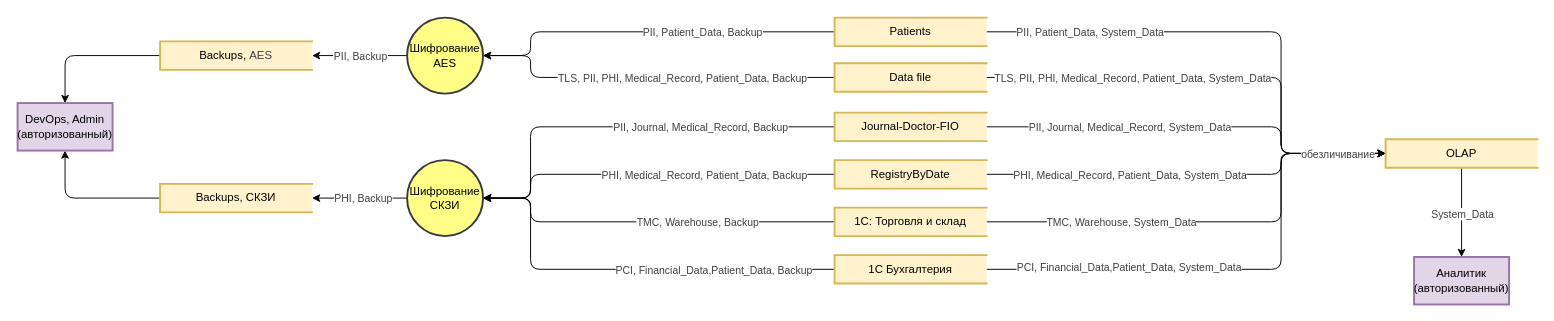
turistigor/yap-arch-task10-pbd-migration keeps this draw.io diagram as page "Tech-flow" (2 of 3) of task1/diagrams/to-be-data-flow-diagram.drawio. Above is the earlier version. Source tidied: cells renumbered, new cells numbered last; positions are measured from the earlier drawing's top-left corner, leaving out a move shared by most shapes. Both pictures are drawn from the tidied source at 95%, with x=0, y=0 at pixel (17, 17).
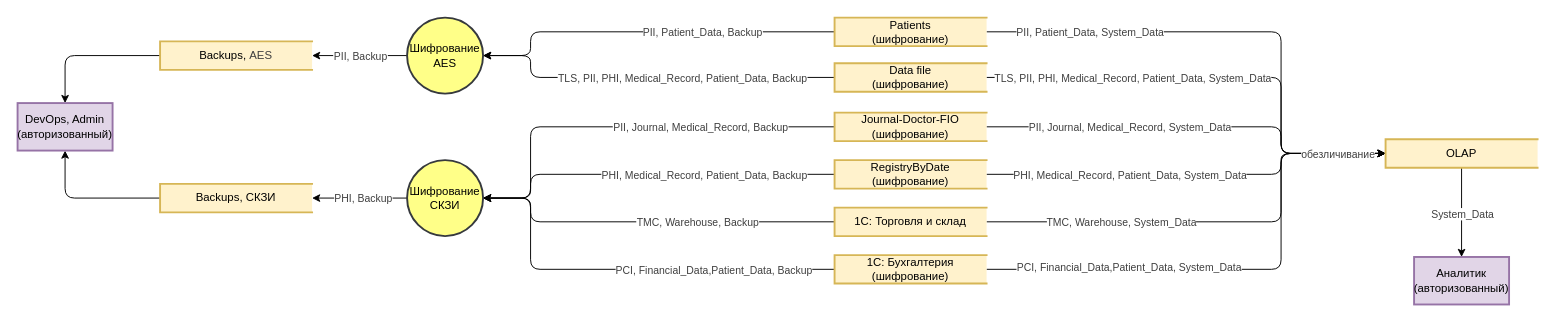
The same diagram, later.

What changed in the source:
```diff
@@
-    <mxCell id="6" value="Journal-Doctor-FIO" style="html=1;dashed=0;whiteSpace=wrap;shape=partialRectangle;right=0;strokeWidth=2;fillColor=#fff2cc;strokeColor=#d6b656;" parent="1" vertex="1">
+    <mxCell id="6" value="Journal-Doctor-FIO&lt;div&gt;&lt;span style=&quot;color: rgb(0, 0, 0);&quot;&gt;(шифрование)&lt;/span&gt;&lt;/div&gt;" style="html=1;dashed=0;whiteSpace=wrap;shape=partialRectangle;right=0;strokeWidth=2;fillColor=#fff2cc;strokeColor=#d6b656;" parent="1" vertex="1">
       <mxGeometry x="860" y="100" width="160" height="30" as="geometry" />
     </mxCell>
@@
-    <mxCell id="11" value="Patients" style="html=1;dashed=0;whiteSpace=wrap;shape=partialRectangle;right=0;strokeWidth=2;fillColor=#fff2cc;strokeColor=#d6b656;" parent="1" vertex="1">
+    <mxCell id="11" value="Patients&lt;br&gt;(шифрование)" style="html=1;dashed=0;whiteSpace=wrap;shape=partialRectangle;right=0;strokeWidth=2;fillColor=#fff2cc;strokeColor=#d6b656;" parent="1" vertex="1">
       <mxGeometry x="860" width="160" height="30" as="geometry" />
     </mxCell>
@@
-    <mxCell id="16" value="&lt;span style=&quot;color: rgb(0, 0, 0); text-align: left;&quot;&gt;Data file&lt;/span&gt;" style="html=1;dashed=0;whiteSpace=wrap;shape=partialRectangle;right=0;strokeWidth=2;fillColor=#fff2cc;strokeColor=#d6b656;" parent="1" vertex="1">
+    <mxCell id="16" value="&lt;span style=&quot;color: rgb(0, 0, 0); text-align: left;&quot;&gt;Data file&lt;/span&gt;&lt;div&gt;&lt;span style=&quot;color: rgb(0, 0, 0); text-align: left;&quot;&gt;&lt;span style=&quot;color: rgb(0, 0, 0); text-align: center;&quot;&gt;(шифрование)&lt;/span&gt;&lt;/span&gt;&lt;/div&gt;" style="html=1;dashed=0;whiteSpace=wrap;shape=partialRectangle;right=0;strokeWidth=2;fillColor=#fff2cc;strokeColor=#d6b656;" parent="1" vertex="1">
       <mxGeometry x="860" y="48" width="160" height="30" as="geometry" />
     </mxCell>
@@
-    <mxCell id="21" value="&lt;span style=&quot;color: rgb(0, 0, 0); text-align: left;&quot;&gt;RegistryByDate&lt;/span&gt;" style="html=1;dashed=0;whiteSpace=wrap;shape=partialRectangle;right=0;strokeWidth=2;fillColor=#fff2cc;strokeColor=#d6b656;" parent="1" vertex="1">
+    <mxCell id="21" value="&lt;span style=&quot;color: rgb(0, 0, 0); text-align: left;&quot;&gt;RegistryByDate&lt;/span&gt;&lt;div&gt;&lt;span style=&quot;color: rgb(0, 0, 0); text-align: left;&quot;&gt;&lt;span style=&quot;color: rgb(0, 0, 0); text-align: center;&quot;&gt;(шифрование)&lt;/span&gt;&lt;/span&gt;&lt;/div&gt;" style="html=1;dashed=0;whiteSpace=wrap;shape=partialRectangle;right=0;strokeWidth=2;fillColor=#fff2cc;strokeColor=#d6b656;" parent="1" vertex="1">
       <mxGeometry x="860" y="150" width="160" height="30" as="geometry" />
     </mxCell>
@@
-    <mxCell id="32" value="&lt;span style=&quot;color: rgb(0, 0, 0); text-align: left;&quot;&gt;1С Бухгалтерия&lt;/span&gt;" style="html=1;dashed=0;whiteSpace=wrap;shape=partialRectangle;right=0;strokeWidth=2;fillColor=#fff2cc;strokeColor=#d6b656;" parent="1" vertex="1">
+    <mxCell id="32" value="&lt;span style=&quot;color: rgb(0, 0, 0); text-align: left;&quot;&gt;1С: Бухгалтерия&lt;/span&gt;&lt;div&gt;&lt;span style=&quot;color: rgb(0, 0, 0); text-align: left;&quot;&gt;&lt;span style=&quot;color: rgb(0, 0, 0); text-align: center;&quot;&gt;(шифрование)&lt;/span&gt;&lt;/span&gt;&lt;/div&gt;" style="html=1;dashed=0;whiteSpace=wrap;shape=partialRectangle;right=0;strokeWidth=2;fillColor=#fff2cc;strokeColor=#d6b656;" parent="1" vertex="1">
       <mxGeometry x="860" y="250" width="160" height="30" as="geometry" />
     </mxCell>
```
